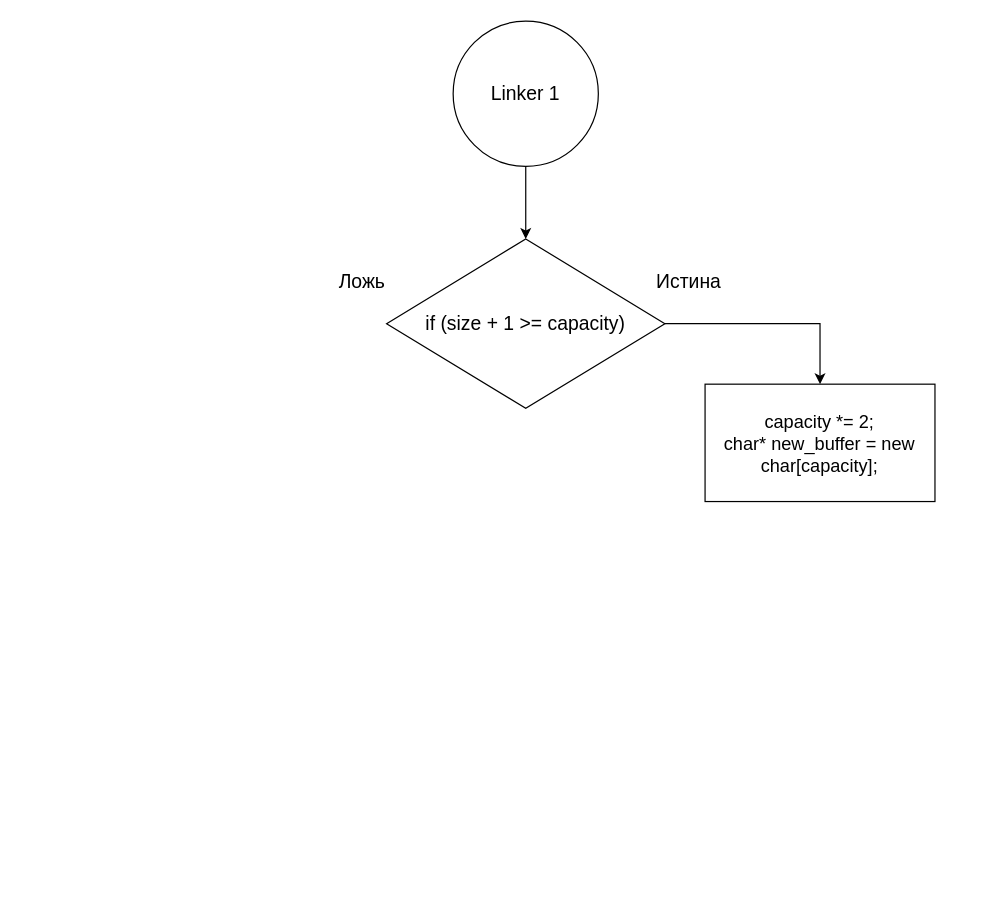
Above: LAB7_get_valid_str(2).drawio in kravecila28-ops/Block-diagram_templates (draw.io), before the change. Source tidied: cells renumbered, new cells numbered last; positions are measured from the earlier drawing's top-left corner, leaving out a move shared by most shapes. Both pictures are drawn from the tidied source at 121%, with x=0, y=0 at pixel (325, 21).
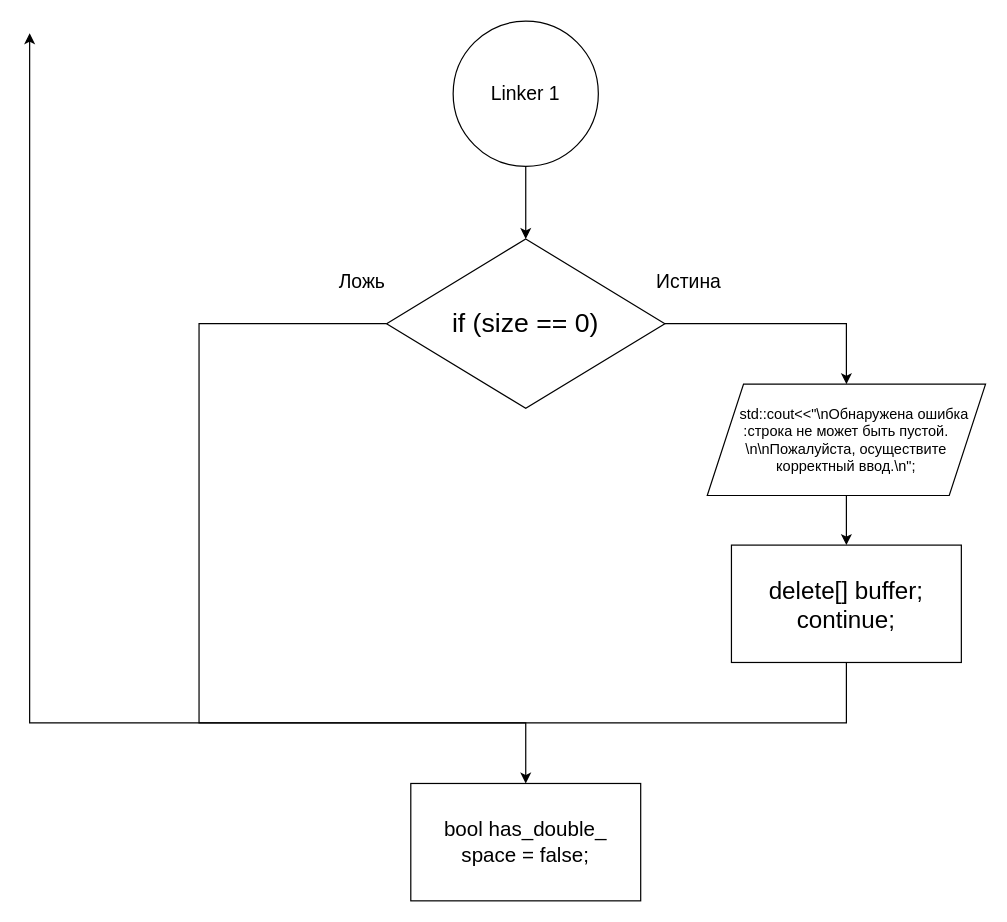
The same diagram, later.

What changed in the source:
```diff
@@
 <mxGraphModel>
   <root>
     <mxCell id="0" />
     <mxCell id="1" parent="0" />
     <mxCell id="2" style="edgeStyle=orthogonalEdgeStyle;rounded=0;jettySize=auto;html=1;exitX=0.5;exitY=1;exitDx=0;exitDy=0;entryX=0.5;entryY=0;entryDx=0;entryDy=0;" parent="1" edge="1" source="3" target="5">
       <mxGeometry relative="1" as="geometry" />
     </mxCell>
     <mxCell id="3" value="&lt;font style=&quot;font-size: 16px;&quot;&gt;Linker 1&lt;/font&gt;" style="ellipse;whiteSpace=wrap;html=1;" parent="1" vertex="1">
       <mxGeometry x="105" width="120" height="120" as="geometry" />
     </mxCell>
-    <mxCell id="4" style="edgeStyle=orthogonalEdgeStyle;rounded=0;jettySize=auto;html=1;exitX=1;exitY=0.5;exitDx=0;exitDy=0;entryX=0.5;entryY=0;entryDx=0;entryDy=0;" parent="1" edge="1" source="5" target="8">
+    <mxCell id="4" style="edgeStyle=orthogonalEdgeStyle;rounded=0;jettySize=auto;html=1;exitX=1;exitY=0.5;exitDx=0;exitDy=0;entryX=0.5;entryY=0;entryDx=0;entryDy=0;" parent="1" edge="1" source="5" target="11">
       <mxGeometry relative="1" as="geometry" />
     </mxCell>
+    <mxCell id="9" style="edgeStyle=orthogonalEdgeStyle;rounded=0;jettySize=auto;html=1;exitX=0;exitY=0.5;exitDx=0;exitDy=0;entryX=0.5;entryY=0;entryDx=0;entryDy=0;" parent="1" edge="1" source="5" target="14">
+      <mxGeometry relative="1" as="geometry">
+        <Array as="points">
+          <mxPoint x="-105" y="250" />
+          <mxPoint x="-105" y="580" />
+          <mxPoint x="165" y="580" />
+        </Array>
+      </mxGeometry>
+    </mxCell>
-    <mxCell id="5" value="&lt;font style=&quot;font-size: 16px;&quot;&gt;if (size + 1 &amp;gt;= capacity)&lt;/font&gt;" style="rhombus;whiteSpace=wrap;html=1;labelBackgroundColor=none;" parent="1" vertex="1">
+    <mxCell id="5" value="&lt;font style=&quot;font-size: 22px;&quot;&gt;if (size == 0)&lt;/font&gt;" style="rhombus;whiteSpace=wrap;html=1;labelBackgroundColor=none;" parent="1" vertex="1">
       <mxGeometry x="50" y="180" width="230" height="140" as="geometry" />
     </mxCell>
     <mxCell id="6" value="&lt;font style=&quot;font-size: 16px;&quot;&gt;Истина&lt;/font&gt;" style="text;html=1;whiteSpace=wrap;strokeColor=none;fillColor=none;align=center;verticalAlign=middle;rounded=0;labelBackgroundColor=none;" parent="1" vertex="1">
       <mxGeometry x="270" y="200" width="60" height="30" as="geometry" />
     </mxCell>
     <mxCell id="7" value="&lt;span style=&quot;font-size: 16px;&quot;&gt;Ложь&lt;/span&gt;" style="text;html=1;whiteSpace=wrap;strokeColor=none;fillColor=none;align=center;verticalAlign=middle;rounded=0;labelBackgroundColor=none;" parent="1" vertex="1">
       <mxGeometry y="200" width="60" height="30" as="geometry" />
     </mxCell>
-    <mxCell id="8" value="&lt;div&gt;&lt;font style=&quot;font-size: 15px;&quot;&gt;capacity *= 2;&lt;/font&gt;&lt;/div&gt;&lt;div&gt;&lt;font style=&quot;font-size: 15px;&quot;&gt;char* new_buffer = new char[capacity];&lt;/font&gt;&lt;/div&gt;" style="rounded=0;whiteSpace=wrap;html=1;labelBackgroundColor=none;" parent="1" vertex="1">
-      <mxGeometry x="313.2" y="300" width="190" height="97" as="geometry" />
-    </mxCell>
+    <mxCell id="10" style="edgeStyle=orthogonalEdgeStyle;rounded=0;jettySize=auto;html=1;exitX=0.5;exitY=1;exitDx=0;exitDy=0;entryX=0.5;entryY=0;entryDx=0;entryDy=0;" parent="1" edge="1" source="11" target="13">
+      <mxGeometry relative="1" as="geometry" />
+    </mxCell>
+    <mxCell id="11" value="&amp;nbsp; &amp;nbsp; std::cout&amp;lt;&amp;lt;&quot;\nОбнаружена ошибка&lt;div&gt;:строка не может быть пустой. \n\nПожалуйста, осуществите корректный ввод.\n&quot;;&lt;/div&gt;" style="shape=parallelogram;perimeter=parallelogramPerimeter;whiteSpace=wrap;html=1;fixedSize=1;labelBackgroundColor=none;size=30;" parent="1" vertex="1">
+      <mxGeometry x="315" y="300" width="230" height="92" as="geometry" />
+    </mxCell>
+    <mxCell id="12" style="edgeStyle=orthogonalEdgeStyle;rounded=0;jettySize=auto;html=1;exitX=0.5;exitY=1;exitDx=0;exitDy=0;" parent="1" edge="1" source="13">
+      <mxGeometry relative="1" as="geometry">
+        <mxPoint x="-245" y="10" as="targetPoint" />
+        <Array as="points">
+          <mxPoint x="430" y="580" />
+          <mxPoint x="-245" y="580" />
+        </Array>
+      </mxGeometry>
+    </mxCell>
+    <mxCell id="13" value="&lt;div&gt;&lt;font style=&quot;font-size: 20px;&quot;&gt;delete[] buffer;&lt;/font&gt;&lt;/div&gt;&lt;div&gt;&lt;font style=&quot;font-size: 20px;&quot;&gt;continue;&lt;/font&gt;&lt;/div&gt;" style="rounded=0;whiteSpace=wrap;html=1;labelBackgroundColor=none;" parent="1" vertex="1">
+      <mxGeometry x="335" y="433" width="190" height="97" as="geometry" />
+    </mxCell>
+    <mxCell id="14" value="&lt;font style=&quot;font-size: 17px;&quot;&gt;bool has_double_&lt;/font&gt;&lt;div&gt;&lt;font style=&quot;font-size: 17px;&quot;&gt;&lt;font style=&quot;&quot;&gt;space&lt;/font&gt;&lt;span style=&quot;background-color: transparent; color: light-dark(rgb(0, 0, 0), rgb(255, 255, 255));&quot;&gt;&amp;nbsp;= false;&lt;/span&gt;&lt;/font&gt;&lt;/div&gt;" style="rounded=0;whiteSpace=wrap;html=1;labelBackgroundColor=none;" parent="1" vertex="1">
+      <mxGeometry x="70" y="630" width="190" height="97" as="geometry" />
+    </mxCell>
   </root>
 </mxGraphModel>
```
